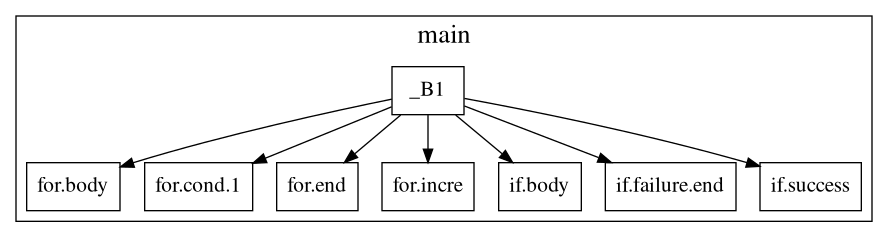
The Graphviz diagram tmp_dom.png in Andrey-Yao/Brilliant, before a commit. Its source is kept beside it as tmp_dom.dot. The source it was exported from:
```dot
digraph {
fontname="Times"
fontsize="20"
penwidth=1
node[fontsize="16" shape="box" fontname="Times"]

subgraph cluster_0 {
label = "main"
"_B1" [label="_B1"]

"for.body" [label="for.body"]

"for.cond.1" [label="for.cond.1"]

"for.end" [label="for.end"]

"for.incre" [label="for.incre"]

"if.body" [label="if.body"]

"if.failure.end" [label="if.failure.end"]

"if.success" [label="if.success"]

"_B1" -> "for.body"

"_B1" -> "for.cond.1"

"_B1" -> "for.end"

"_B1" -> "for.incre"

"_B1" -> "if.body"

"_B1" -> "if.failure.end"

"_B1" -> "if.success"

}}
```
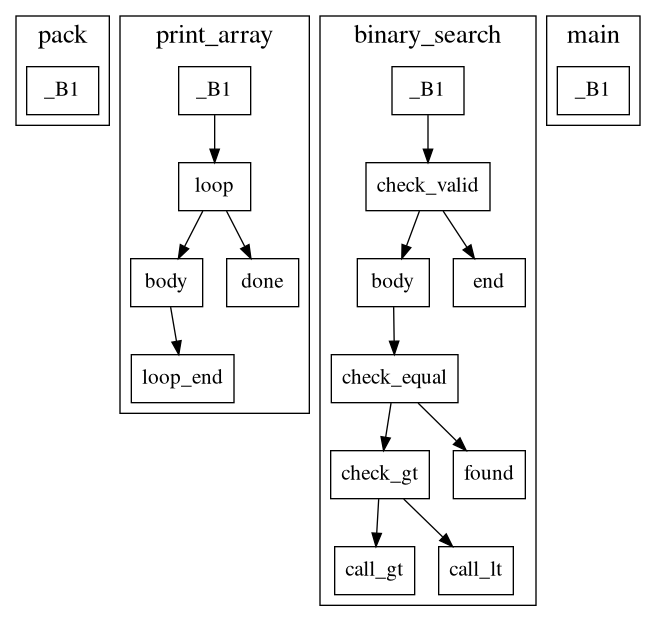
After the commit.

Diff of the diagram source:
```diff
@@ -1,3 +1,84 @@
+digraph {
+fontname="Times"
+fontsize="20"
+penwidth=1
+node[fontsize="16" shape="box" fontname="Times"]
+
+subgraph cluster_0 {
+label = "pack"
+"_B1" [label="_B1"]
+
+}}
+digraph {
+fontname="Times"
+fontsize="20"
+penwidth=1
+node[fontsize="16" shape="box" fontname="Times"]
+
+subgraph cluster_0 {
+label = "print_array"
+"_B1" [label="_B1"]
+
+"body" [label="body"]
+
+"done" [label="done"]
+
+"loop" [label="loop"]
+
+"loop_end" [label="loop_end"]
+
+"_B1" -> "loop"
+
+"body" -> "loop_end"
+
+"loop" -> "body"
+
+"loop" -> "done"
+
+}}
+digraph {
+fontname="Times"
+fontsize="20"
+penwidth=1
+node[fontsize="16" shape="box" fontname="Times"]
+
+subgraph cluster_0 {
+label = "binary_search"
+"_B1" [label="_B1"]
+
+"body" [label="body"]
+
+"call_gt" [label="call_gt"]
+
+"call_lt" [label="call_lt"]
+
+"check_equal" [label="check_equal"]
+
+"check_gt" [label="check_gt"]
+
+"check_valid" [label="check_valid"]
+
+"end" [label="end"]
+
+"found" [label="found"]
+
+"_B1" -> "check_valid"
+
+"body" -> "check_equal"
+
+"check_equal" -> "check_gt"
+
+"check_equal" -> "found"
+
+"check_gt" -> "call_gt"
+
+"check_gt" -> "call_lt"
+
+"check_valid" -> "body"
+
+"check_valid" -> "end"
+
+}}
 digraph {
 fontname="Times"
 fontsize="20"
@@ -8,32 +89,4 @@
 label = "main"
 "_B1" [label="_B1"]
 
-"for.body" [label="for.body"]
-
-"for.cond.1" [label="for.cond.1"]
-
-"for.end" [label="for.end"]
-
-"for.incre" [label="for.incre"]
-
-"if.body" [label="if.body"]
-
-"if.failure.end" [label="if.failure.end"]
-
-"if.success" [label="if.success"]
-
-"_B1" -> "for.body"
-
-"_B1" -> "for.cond.1"
-
-"_B1" -> "for.end"
-
-"_B1" -> "for.incre"
-
-"_B1" -> "if.body"
-
-"_B1" -> "if.failure.end"
-
-"_B1" -> "if.success"
-
 }}
```
